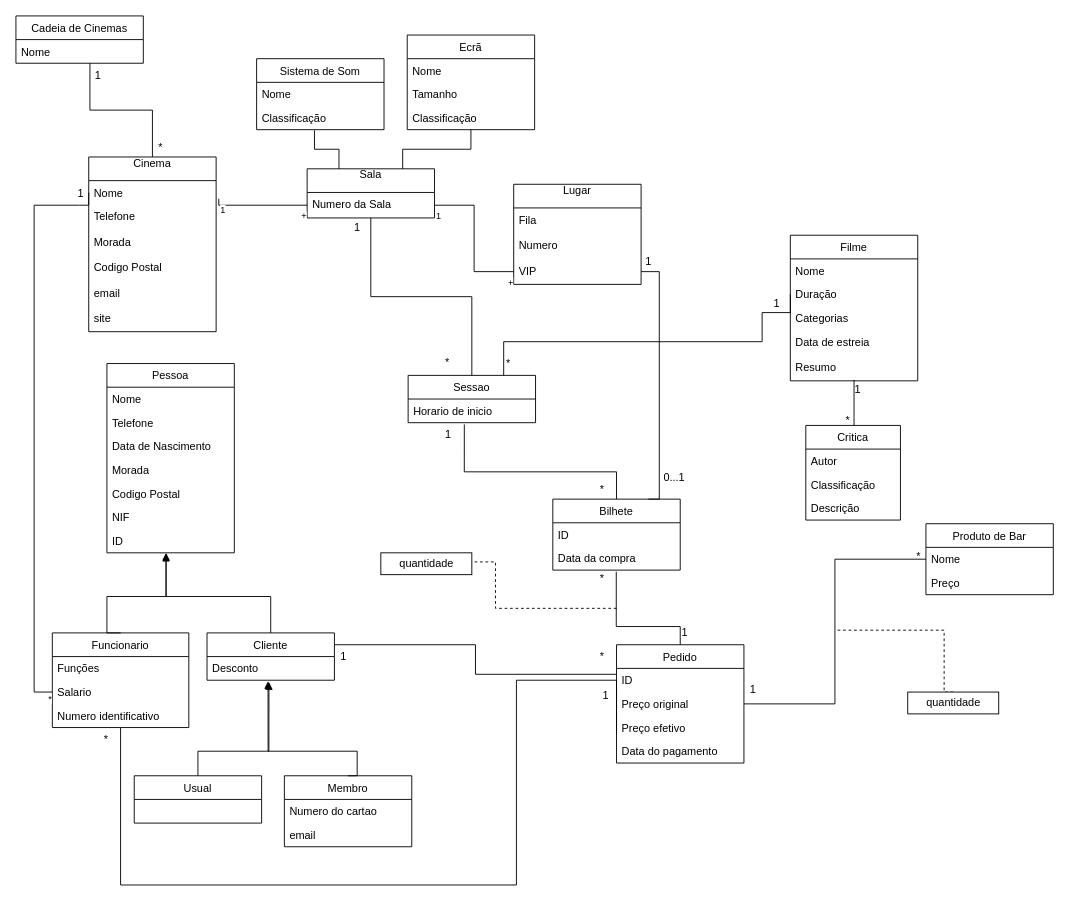
Above: UML.drawio in GambuzX/Movie-Theater-DB (draw.io), before the change. Source tidied: cells renumbered, new cells numbered last; positions are measured from the earlier drawing's top-left corner, leaving out a move shared by most shapes. Both pictures are drawn from the tidied source at 91%, with x=0, y=0 at pixel (15, 15).
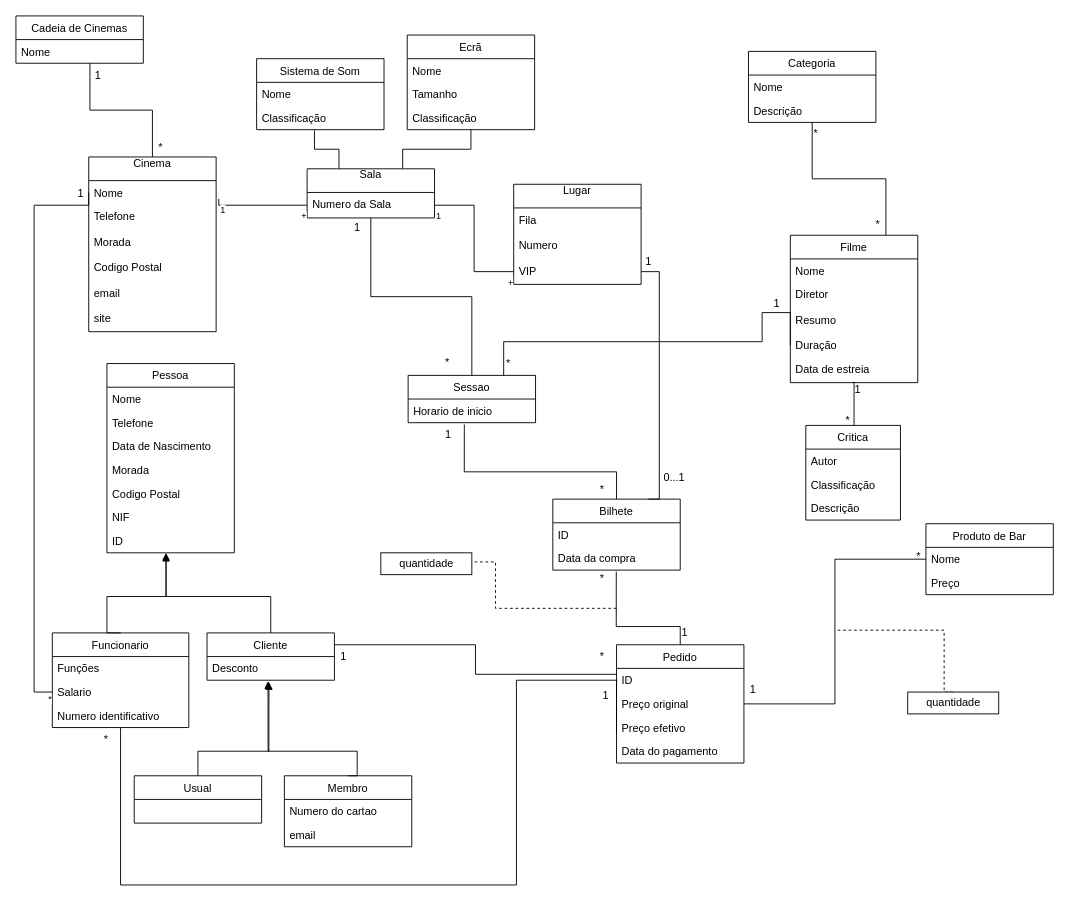
After the change.

What changed in the source:
```diff
@@
+    <mxCell id="114" style="edgeStyle=orthogonalEdgeStyle;rounded=0;jettySize=auto;html=1;exitX=0.75;exitY=0;exitDx=0;exitDy=0;entryX=0.5;entryY=1;entryDx=0;entryDy=0;endArrow=none;endFill=0;" parent="1" edge="1" source="52" target="116">
+      <mxGeometry relative="1" as="geometry" />
+    </mxCell>
     <mxCell id="52" value="Filme" style="swimlane;fontStyle=0;horizontal=1;startSize=26;fillColor=none;" parent="1" vertex="1">
-      <mxGeometry x="851" y="241" width="140" height="160" as="geometry" />
+      <mxGeometry x="851" y="241" width="140" height="162" as="geometry" />
     </mxCell>
@@
+    <mxCell id="115" value="Diretor" style="text;strokeColor=none;fillColor=none;align=left;verticalAlign=top;spacingLeft=4;spacingRight=4;overflow=hidden;" parent="52" vertex="1">
+      <mxGeometry y="52" width="140" height="28" as="geometry" />
+    </mxCell>
+    <mxCell id="57" value="Resumo" style="text;strokeColor=none;fillColor=none;align=left;verticalAlign=top;spacingLeft=4;spacingRight=4;overflow=hidden;" parent="52" vertex="1">
+      <mxGeometry y="80" width="140" height="28" as="geometry" />
+    </mxCell>
     <mxCell id="54" value="Duração" style="text;strokeColor=none;fillColor=none;align=left;verticalAlign=top;spacingLeft=4;spacingRight=4;overflow=hidden;points=[[0,0.5],[1,0.5]];portConstraint=eastwest;" parent="52" vertex="1">
-      <mxGeometry y="52" width="140" height="26" as="geometry" />
+      <mxGeometry y="108" width="140" height="26" as="geometry" />
     </mxCell>
-    <mxCell id="55" value="Categorias" style="text;strokeColor=none;fillColor=none;align=left;verticalAlign=top;spacingLeft=4;spacingRight=4;overflow=hidden;" parent="52" vertex="1">
-      <mxGeometry y="78" width="140" height="26" as="geometry" />
-    </mxCell>
     <mxCell id="56" value="Data de estreia" style="text;strokeColor=none;fillColor=none;align=left;verticalAlign=top;spacingLeft=4;spacingRight=4;overflow=hidden;" parent="52" vertex="1">
-      <mxGeometry y="104" width="140" height="28" as="geometry" />
+      <mxGeometry y="134" width="140" height="28" as="geometry" />
     </mxCell>
-    <mxCell id="57" value="Resumo" style="text;strokeColor=none;fillColor=none;align=left;verticalAlign=top;spacingLeft=4;spacingRight=4;overflow=hidden;" parent="52" vertex="1">
-      <mxGeometry y="132" width="140" height="28" as="geometry" />
-    </mxCell>
@@
+    <mxCell id="116" value="Categoria" style="swimlane;fontStyle=0;horizontal=1;startSize=26;fillColor=none;" parent="1" vertex="1">
+      <mxGeometry x="805" y="39" width="140" height="78" as="geometry" />
+    </mxCell>
+    <mxCell id="117" value="Nome" style="text;strokeColor=none;fillColor=none;align=left;verticalAlign=top;spacingLeft=4;spacingRight=4;overflow=hidden;" parent="116" vertex="1">
+      <mxGeometry y="26" width="140" height="26" as="geometry" />
+    </mxCell>
+    <mxCell id="118" value="Descrição" style="text;strokeColor=none;fillColor=none;align=left;verticalAlign=top;spacingLeft=4;spacingRight=4;overflow=hidden;" parent="116" vertex="1">
+      <mxGeometry y="52" width="140" height="26" as="geometry" />
+    </mxCell>
+    <mxCell id="119" value="&lt;div&gt;*&lt;/div&gt;&lt;div&gt;&lt;br&gt;&lt;/div&gt;" style="text;html=1;align=left;verticalAlign=top;spacingTop=-4;" parent="1" vertex="1">
+      <mxGeometry x="875" y="119" width="20" height="30" as="geometry" />
+    </mxCell>
+    <mxCell id="120" value="*" style="text;html=1;align=left;verticalAlign=top;spacingTop=-4;" parent="1" vertex="1">
+      <mxGeometry x="943" y="220" width="20" height="20" as="geometry" />
+    </mxCell>
```
